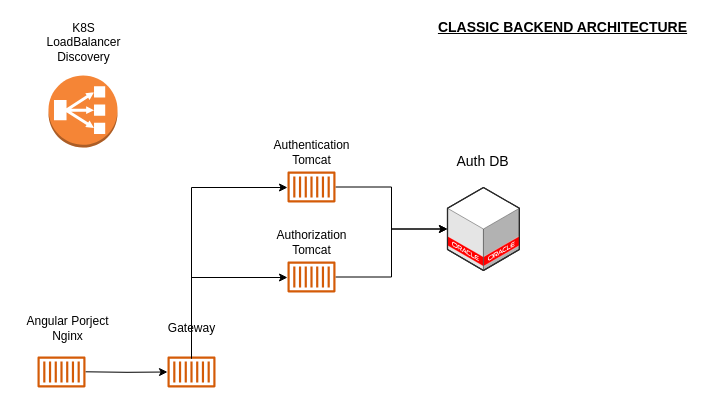
Earlier version of the draw.io diagram MicroservicesArchitecture.drawio (khom92/arch-diagrams). Source tidied: cells renumbered, new cells numbered last; positions are measured from the earlier drawing's top-left corner, leaving out a move shared by most shapes. Both pictures are drawn from the tidied source at 100%, with x=0, y=0 at pixel (17, 17).
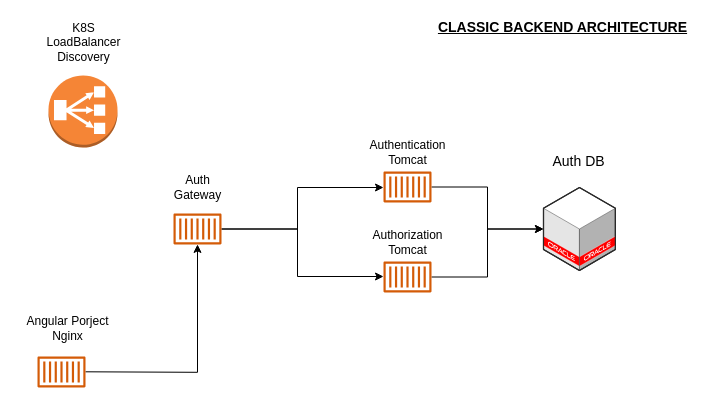
The same diagram, later.

Diff of the diagram source:
```diff
@@
     <mxCell id="2" value="Authentication&lt;br&gt;Tomcat&lt;br&gt;" style="text;html=1;align=center;verticalAlign=middle;strokeColor=none;fillColor=none;" parent="1" vertex="1">
-      <mxGeometry x="249" y="120" width="90" height="30" as="geometry" />
+      <mxGeometry x="345" y="120" width="90" height="30" as="geometry" />
     </mxCell>
     <mxCell id="3" value="Authorization&lt;br&gt;Tomcat" style="text;html=1;align=center;verticalAlign=middle;strokeColor=none;fillColor=none;" parent="1" vertex="1">
-      <mxGeometry x="249" y="210" width="90" height="30" as="geometry" />
+      <mxGeometry x="345" y="210" width="90" height="30" as="geometry" />
     </mxCell>
@@
     <mxCell id="5" style="sketch=0;outlineConnect=0;fontColor=#232F3E;gradientColor=none;fillColor=#D45B07;strokeColor=none;dashed=0;verticalLabelPosition=bottom;verticalAlign=top;align=center;html=1;fontSize=12;fontStyle=0;shape=mxgraph.aws4.container_1;" parent="1" vertex="1">
-      <mxGeometry x="270" y="154" width="48" height="31" as="geometry" />
+      <mxGeometry x="366" y="154" width="48" height="31" as="geometry" />
     </mxCell>
@@
     <mxCell id="7" style="sketch=0;outlineConnect=0;fontColor=#232F3E;gradientColor=none;fillColor=#D45B07;strokeColor=none;dashed=0;verticalLabelPosition=bottom;verticalAlign=top;align=center;html=1;fontSize=12;fontStyle=0;shape=mxgraph.aws4.container_1;" parent="1" vertex="1">
-      <mxGeometry x="270" y="244" width="48" height="31" as="geometry" />
+      <mxGeometry x="366" y="244" width="48" height="31" as="geometry" />
     </mxCell>
@@
+    <mxCell id="21" style="edgeStyle=orthogonalEdgeStyle;rounded=0;jettySize=auto;html=1;fontSize=14;" parent="1" edge="1" source="14" target="5">
+      <mxGeometry relative="1" as="geometry">
+        <Array as="points">
+          <mxPoint x="280" y="211" />
+          <mxPoint x="280" y="170" />
+        </Array>
+      </mxGeometry>
+    </mxCell>
     <mxCell id="12" style="edgeStyle=orthogonalEdgeStyle;rounded=0;jettySize=auto;html=1;fontSize=14;" parent="1" edge="1" source="14" target="7">
       <mxGeometry relative="1" as="geometry">
         <Array as="points">
-          <mxPoint x="174" y="260" />
+          <mxPoint x="280" y="211" />
+          <mxPoint x="280" y="259" />
         </Array>
       </mxGeometry>
     </mxCell>
-    <mxCell id="13" style="edgeStyle=orthogonalEdgeStyle;rounded=0;jettySize=auto;html=1;fontSize=14;startArrow=none;" parent="1" edge="1" source="18" target="5">
-      <mxGeometry relative="1" as="geometry">
-        <Array as="points">
-          <mxPoint x="174" y="170" />
-        </Array>
-      </mxGeometry>
-    </mxCell>
     <mxCell id="14" style="sketch=0;outlineConnect=0;fontColor=#232F3E;gradientColor=none;fillColor=#D45B07;strokeColor=none;dashed=0;verticalLabelPosition=bottom;verticalAlign=top;align=center;html=1;fontSize=12;fontStyle=0;shape=mxgraph.aws4.container_1;" parent="1" vertex="1">
-      <mxGeometry x="150" y="339" width="48" height="31" as="geometry" />
+      <mxGeometry x="156" y="196" width="48" height="31" as="geometry" />
     </mxCell>
@@
     <mxCell id="17" style="verticalLabelPosition=bottom;html=1;verticalAlign=top;strokeWidth=1;align=center;outlineConnect=0;dashed=0;outlineConnect=0;shape=mxgraph.aws3d.oracleDataCenter;fillColor=#ffffff;strokeColor=#5E5E5E;fontSize=14;" parent="1" vertex="1">
-      <mxGeometry x="430" y="170" width="71.9" height="83" as="geometry" />
+      <mxGeometry x="526" y="170" width="71.9" height="83" as="geometry" />
     </mxCell>
-    <mxCell id="18" value="Gateway" style="text;html=1;align=center;verticalAlign=middle;points=[];strokeColor=none;fillColor=none;" parent="1" vertex="1">
-      <mxGeometry x="144" y="301" width="60" height="20" as="geometry" />
+    <mxCell id="18" value="Auth&lt;br&gt;Gateway" style="text;html=1;align=center;verticalAlign=middle;points=[];strokeColor=none;fillColor=none;" parent="1" vertex="1">
+      <mxGeometry x="150" y="155" width="60" height="30" as="geometry" />
     </mxCell>
-    <mxCell id="19" style="edgeStyle=orthogonalEdgeStyle;rounded=0;jettySize=auto;html=1;fontSize=14;endArrow=none;" parent="1" edge="1" source="14" target="18">
-      <mxGeometry relative="1" as="geometry" />
-    </mxCell>
     <mxCell id="20" value="Auth DB" style="text;html=1;align=center;verticalAlign=middle;strokeColor=none;fillColor=none;fontSize=14;" parent="1" vertex="1">
-      <mxGeometry x="430" y="134" width="70" height="20" as="geometry" />
+      <mxGeometry x="526" y="134" width="70" height="20" as="geometry" />
     </mxCell>
```
